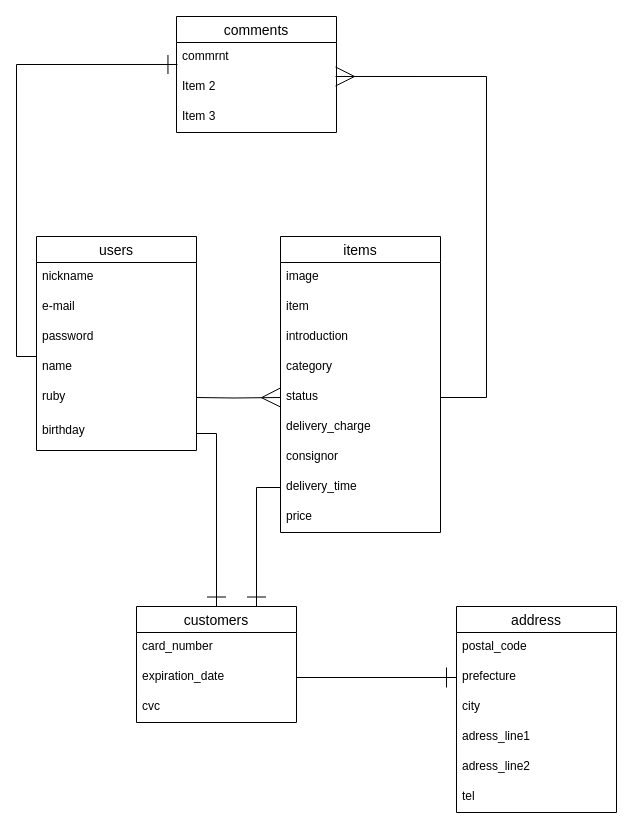
This is furima-35594.dio from yrkFukushima/furima-35594, a draw.io file, before an edit. Source tidied: cells renumbered, new cells numbered last; positions are measured from the earlier drawing's top-left corner, leaving out a move shared by most shapes. Both pictures are drawn from the tidied source at 100%, with x=0, y=0 at pixel (16, 16).
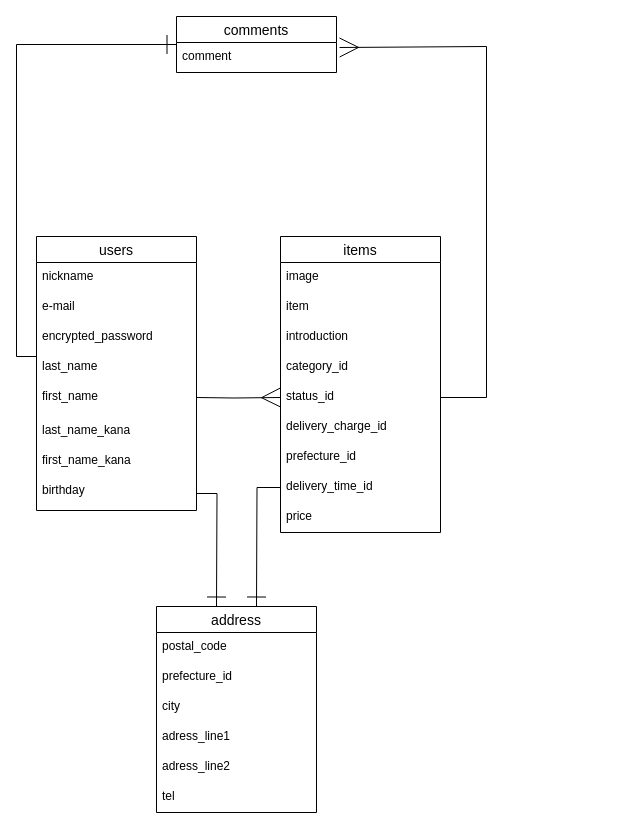
The same page after the edit.

Unchanged cells that the change refers to:
```xml
<mxCell id="9" value="items" style="swimlane;fontStyle=0;horizontal=1;startSize=26;align=center;fontSize=14;" parent="1" vertex="1">
  <mxGeometry x="264" y="220" width="160" height="296" as="geometry" />
</mxCell>
```

What changed in the source:
```diff
@@
     <mxCell id="2" value="users" style="swimlane;fontStyle=0;horizontal=1;startSize=26;align=center;fontSize=14;" parent="1" vertex="1">
-      <mxGeometry x="20" y="220" width="160" height="214" as="geometry" />
+      <mxGeometry x="20" y="220" width="160" height="274" as="geometry" />
     </mxCell>
@@
-    <mxCell id="5" value="password" style="text;strokeColor=none;fillColor=none;spacingLeft=4;spacingRight=4;overflow=hidden;fontSize=12;" parent="2" vertex="1">
+    <mxCell id="5" value="encrypted_password" style="text;strokeColor=none;fillColor=none;spacingLeft=4;spacingRight=4;overflow=hidden;fontSize=12;" parent="2" vertex="1">
       <mxGeometry y="86" width="160" height="30" as="geometry" />
     </mxCell>
-    <mxCell id="6" value="name" style="text;strokeColor=none;fillColor=none;spacingLeft=4;spacingRight=4;overflow=hidden;fontSize=12;" parent="2" vertex="1">
+    <mxCell id="6" value="last_name" style="text;strokeColor=none;fillColor=none;spacingLeft=4;spacingRight=4;overflow=hidden;fontSize=12;" parent="2" vertex="1">
       <mxGeometry y="116" width="160" height="30" as="geometry" />
     </mxCell>
-    <mxCell id="7" value="ruby" style="text;strokeColor=none;fillColor=none;spacingLeft=4;spacingRight=4;overflow=hidden;fontSize=12;" parent="2" vertex="1">
+    <mxCell id="7" value="first_name" style="text;strokeColor=none;fillColor=none;spacingLeft=4;spacingRight=4;overflow=hidden;fontSize=12;" parent="2" vertex="1">
       <mxGeometry y="146" width="160" height="34" as="geometry" />
     </mxCell>
+    <mxCell id="40" value="last_name_kana" style="text;strokeColor=none;fillColor=none;spacingLeft=4;spacingRight=4;overflow=hidden;fontSize=12;" parent="2" vertex="1">
+      <mxGeometry y="180" width="160" height="30" as="geometry" />
+    </mxCell>
+    <mxCell id="41" value="first_name_kana" style="text;strokeColor=none;fillColor=none;spacingLeft=4;spacingRight=4;overflow=hidden;fontSize=12;" parent="2" vertex="1">
+      <mxGeometry y="210" width="160" height="30" as="geometry" />
+    </mxCell>
     <mxCell id="8" value="birthday" style="text;strokeColor=none;fillColor=none;spacingLeft=4;spacingRight=4;overflow=hidden;points=[[0,0.5],[1,0.5]];portConstraint=eastwest;fontSize=12;" parent="2" vertex="1">
-      <mxGeometry y="180" width="160" height="34" as="geometry" />
+      <mxGeometry y="240" width="160" height="34" as="geometry" />
     </mxCell>
@@
-    <mxCell id="13" value="category" style="text;strokeColor=none;fillColor=none;spacingLeft=4;spacingRight=4;overflow=hidden;fontSize=12;" parent="9" vertex="1">
+    <mxCell id="13" value="category_id" style="text;strokeColor=none;fillColor=none;spacingLeft=4;spacingRight=4;overflow=hidden;fontSize=12;" parent="9" vertex="1">
       <mxGeometry y="116" width="160" height="30" as="geometry" />
     </mxCell>
-    <mxCell id="14" value="status" style="text;strokeColor=none;fillColor=none;spacingLeft=4;spacingRight=4;overflow=hidden;points=[[0,0.5],[1,0.5]];portConstraint=eastwest;fontSize=12;" parent="9" vertex="1">
+    <mxCell id="14" value="status_id" style="text;strokeColor=none;fillColor=none;spacingLeft=4;spacingRight=4;overflow=hidden;points=[[0,0.5],[1,0.5]];portConstraint=eastwest;fontSize=12;" parent="9" vertex="1">
       <mxGeometry y="146" width="160" height="30" as="geometry" />
     </mxCell>
-    <mxCell id="15" value="delivery_charge" style="text;strokeColor=none;fillColor=none;spacingLeft=4;spacingRight=4;overflow=hidden;fontSize=12;" parent="9" vertex="1">
+    <mxCell id="15" value="delivery_charge_id" style="text;strokeColor=none;fillColor=none;spacingLeft=4;spacingRight=4;overflow=hidden;fontSize=12;" parent="9" vertex="1">
       <mxGeometry y="176" width="160" height="30" as="geometry" />
     </mxCell>
-    <mxCell id="16" value="consignor" style="text;strokeColor=none;fillColor=none;spacingLeft=4;spacingRight=4;overflow=hidden;fontSize=12;" parent="9" vertex="1">
+    <mxCell id="16" value="prefecture_id" style="text;strokeColor=none;fillColor=none;spacingLeft=4;spacingRight=4;overflow=hidden;fontSize=12;" parent="9" vertex="1">
       <mxGeometry y="206" width="160" height="30" as="geometry" />
     </mxCell>
-    <mxCell id="17" value="delivery_time" style="text;strokeColor=none;fillColor=none;spacingLeft=4;spacingRight=4;overflow=hidden;points=[[0,0.5],[1,0.5]];portConstraint=eastwest;fontSize=12;" parent="9" vertex="1">
+    <mxCell id="17" value="delivery_time_id" style="text;strokeColor=none;fillColor=none;spacingLeft=4;spacingRight=4;overflow=hidden;points=[[0,0.5],[1,0.5]];portConstraint=eastwest;fontSize=12;" parent="9" vertex="1">
       <mxGeometry y="236" width="160" height="30" as="geometry" />
     </mxCell>
@@
     <mxCell id="19" value="comments" style="swimlane;fontStyle=0;horizontal=1;startSize=26;align=center;fontSize=14;" parent="1" vertex="1">
-      <mxGeometry x="160" width="160" height="116" as="geometry" />
+      <mxGeometry x="160" width="160" height="56" as="geometry" />
     </mxCell>
-    <mxCell id="20" value="commrnt" style="text;strokeColor=none;fillColor=none;spacingLeft=4;spacingRight=4;overflow=hidden;points=[[0,0.5],[1,0.5]];portConstraint=eastwest;fontSize=12;" parent="19" vertex="1">
+    <mxCell id="20" value="comment" style="text;strokeColor=none;fillColor=none;spacingLeft=4;spacingRight=4;overflow=hidden;points=[[0,0.5],[1,0.5]];portConstraint=eastwest;fontSize=12;" parent="19" vertex="1">
       <mxGeometry y="26" width="160" height="30" as="geometry" />
     </mxCell>
-    <mxCell id="21" value="Item 2" style="text;strokeColor=none;fillColor=none;spacingLeft=4;spacingRight=4;overflow=hidden;points=[[0,0.5],[1,0.5]];portConstraint=eastwest;fontSize=12;" parent="19" vertex="1">
-      <mxGeometry y="56" width="160" height="30" as="geometry" />
-    </mxCell>
-    <mxCell id="22" value="Item 3" style="text;strokeColor=none;fillColor=none;spacingLeft=4;spacingRight=4;overflow=hidden;fontSize=12;" parent="19" vertex="1">
-      <mxGeometry y="86" width="160" height="30" as="geometry" />
-    </mxCell>
-    <mxCell id="23" value="customers" style="swimlane;fontStyle=0;horizontal=1;startSize=26;align=center;fontSize=14;" parent="1" vertex="1">
-      <mxGeometry x="120" y="590" width="160" height="116" as="geometry" />
-    </mxCell>
-    <mxCell id="24" value="card_number" style="text;strokeColor=none;fillColor=none;spacingLeft=4;spacingRight=4;overflow=hidden;fontSize=12;" parent="23" vertex="1">
-      <mxGeometry y="26" width="160" height="30" as="geometry" />
-    </mxCell>
-    <mxCell id="25" value="expiration_date" style="text;strokeColor=none;fillColor=none;spacingLeft=4;spacingRight=4;overflow=hidden;points=[[0,0.5],[1,0.5]];portConstraint=eastwest;fontSize=12;" parent="23" vertex="1">
-      <mxGeometry y="56" width="160" height="30" as="geometry" />
-    </mxCell>
-    <mxCell id="26" value="cvc" style="text;strokeColor=none;fillColor=none;spacingLeft=4;spacingRight=4;overflow=hidden;fontSize=12;" parent="23" vertex="1">
-      <mxGeometry y="86" width="160" height="30" as="geometry" />
-    </mxCell>
     <mxCell id="27" value="address" style="swimlane;fontStyle=0;horizontal=1;startSize=26;align=center;fontSize=14;" parent="1" vertex="1">
-      <mxGeometry x="440" y="590" width="160" height="206" as="geometry" />
+      <mxGeometry x="140" y="590" width="160" height="206" as="geometry" />
     </mxCell>
@@
-    <mxCell id="29" value="prefecture" style="text;strokeColor=none;fillColor=none;spacingLeft=4;spacingRight=4;overflow=hidden;points=[[0,0.5],[1,0.5]];portConstraint=eastwest;fontSize=12;" parent="27" vertex="1">
+    <mxCell id="29" value="prefecture_id" style="text;strokeColor=none;fillColor=none;spacingLeft=4;spacingRight=4;overflow=hidden;points=[[0,0.5],[1,0.5]];portConstraint=eastwest;fontSize=12;" parent="27" vertex="1">
       <mxGeometry y="56" width="160" height="30" as="geometry" />
     </mxCell>
@@
-    <mxCell id="35" style="edgeStyle=orthogonalEdgeStyle;rounded=0;jettySize=auto;html=1;exitX=1;exitY=0.5;exitDx=0;exitDy=0;endArrow=ERone;endFill=0;entryX=0;entryY=0.5;entryDx=0;entryDy=0;endSize=18;" parent="1" edge="1" source="25" target="29">
-      <mxGeometry relative="1" as="geometry" />
-    </mxCell>
-    <mxCell id="36" style="edgeStyle=orthogonalEdgeStyle;rounded=0;jettySize=auto;html=1;exitX=0;exitY=0.5;exitDx=0;exitDy=0;entryX=0.006;entryY=0.733;entryDx=0;entryDy=0;entryPerimeter=0;endArrow=ERone;endFill=0;endSize=17;" parent="1" edge="1" source="8" target="20">
+    <mxCell id="36" style="edgeStyle=orthogonalEdgeStyle;rounded=0;jettySize=auto;html=1;exitX=0;exitY=0.5;exitDx=0;exitDy=0;endArrow=ERone;endFill=0;endSize=17;" parent="1" edge="1" source="8" target="20">
       <mxGeometry relative="1" as="geometry">
         <Array as="points">
           <mxPoint x="20" y="340" />
           <mxPoint y="340" />
-          <mxPoint y="48" />
+          <mxPoint y="28" />
         </Array>
       </mxGeometry>
     </mxCell>
-    <mxCell id="37" style="edgeStyle=orthogonalEdgeStyle;rounded=0;jettySize=auto;html=1;exitX=1;exitY=0.5;exitDx=0;exitDy=0;entryX=0.994;entryY=0.133;entryDx=0;entryDy=0;entryPerimeter=0;endArrow=ERmany;endFill=0;endSize=17;" parent="1" edge="1" source="14" target="21">
+    <mxCell id="37" style="edgeStyle=orthogonalEdgeStyle;rounded=0;jettySize=auto;html=1;exitX=1;exitY=0.5;exitDx=0;exitDy=0;entryX=1.019;entryY=0.167;entryDx=0;entryDy=0;entryPerimeter=0;endArrow=ERmany;endFill=0;endSize=17;" parent="1" edge="1" source="14" target="20">
       <mxGeometry relative="1" as="geometry">
         <Array as="points">
           <mxPoint x="470" y="381" />
-          <mxPoint x="470" y="60" />
+          <mxPoint x="470" y="30" />
         </Array>
       </mxGeometry>
     </mxCell>
-    <mxCell id="38" style="edgeStyle=orthogonalEdgeStyle;rounded=0;jettySize=auto;html=1;exitX=0;exitY=0.5;exitDx=0;exitDy=0;entryX=0.75;entryY=0;entryDx=0;entryDy=0;endArrow=ERone;endFill=0;endSize=17;" parent="1" edge="1" source="17" target="23">
-      <mxGeometry relative="1" as="geometry" />
+    <mxCell id="38" style="edgeStyle=orthogonalEdgeStyle;rounded=0;jettySize=auto;html=1;exitX=0;exitY=0.5;exitDx=0;exitDy=0;entryX=0.75;entryY=0;entryDx=0;entryDy=0;endArrow=ERone;endFill=0;endSize=17;" parent="1" edge="1" source="17">
+      <mxGeometry relative="1" as="geometry">
+        <mxPoint x="240" y="590" as="targetPoint" />
+      </mxGeometry>
     </mxCell>
-    <mxCell id="39" style="edgeStyle=orthogonalEdgeStyle;rounded=0;jettySize=auto;html=1;entryX=0.5;entryY=0;entryDx=0;entryDy=0;endArrow=ERone;endFill=0;endSize=17;" parent="1" edge="1" source="8" target="23">
-      <mxGeometry relative="1" as="geometry" />
+    <mxCell id="39" style="edgeStyle=orthogonalEdgeStyle;rounded=0;jettySize=auto;html=1;entryX=0.5;entryY=0;entryDx=0;entryDy=0;endArrow=ERone;endFill=0;endSize=17;" parent="1" edge="1" source="8">
+      <mxGeometry relative="1" as="geometry">
+        <mxPoint x="200" y="590" as="targetPoint" />
+      </mxGeometry>
     </mxCell>
```
